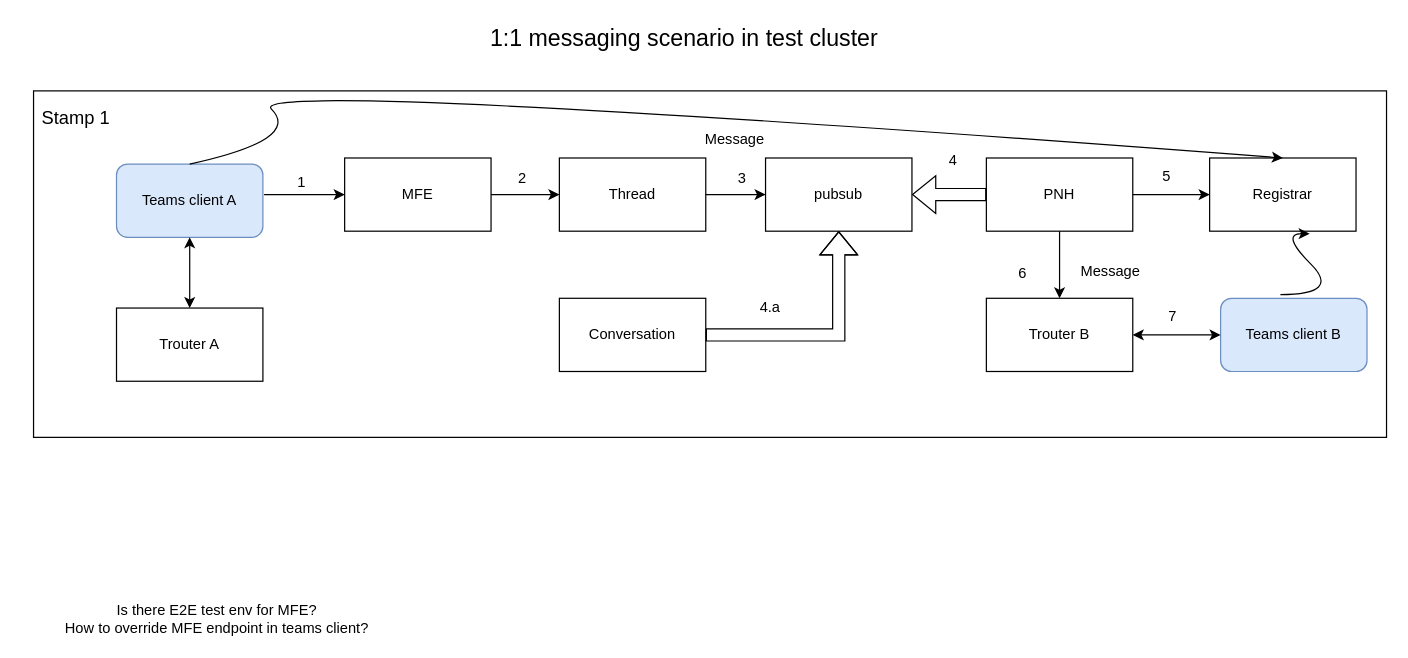
Earlier version of the draw.io diagram Stamp Diagram.drawio (nonly/timewheel). Source tidied: cells renumbered, new cells numbered last; positions are measured from the earlier drawing's top-left corner, leaving out a move shared by most shapes. Both pictures are drawn from the tidied source at 122%, with x=0, y=0 at pixel (21, 21).
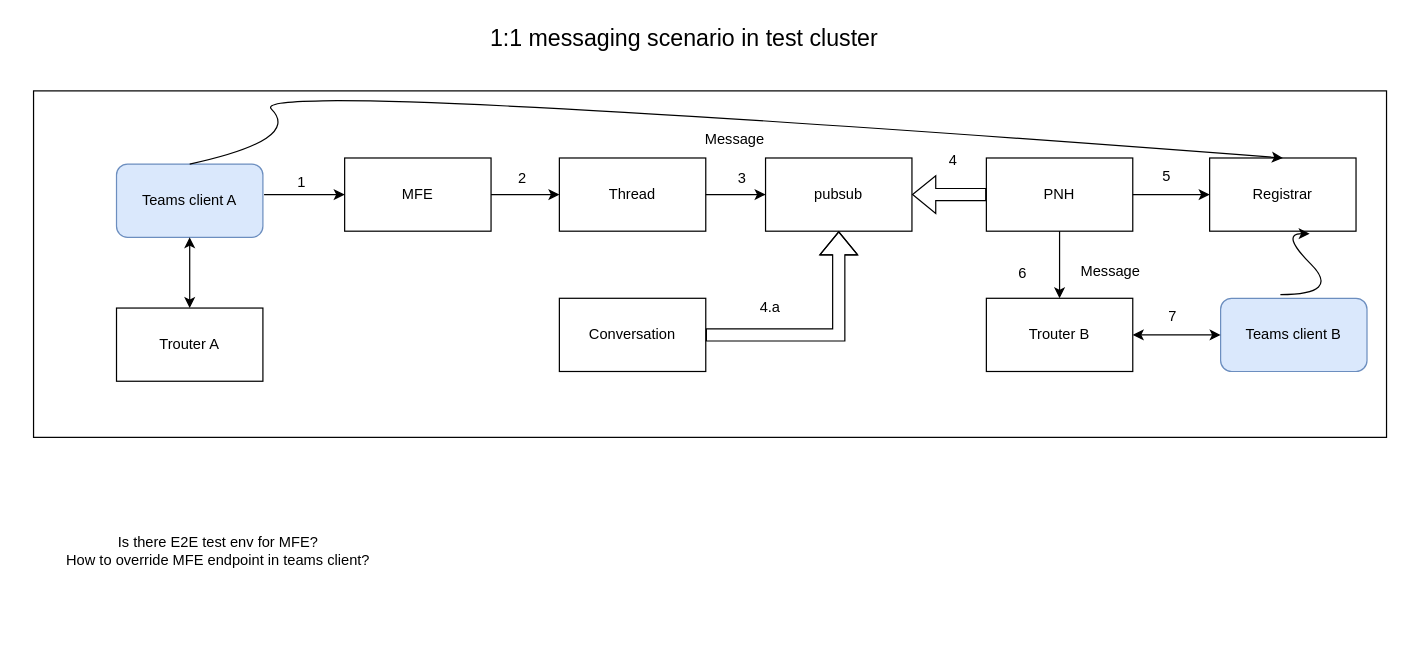
After the change.

The edit, as a diff of the source:
```diff
@@
     <mxCell id="24" value="Is there E2E test env for MFE?&lt;div&gt;How to override MFE endpoint in teams client?&lt;/div&gt;" style="text;html=1;align=center;verticalAlign=middle;whiteSpace=wrap;rounded=0;" parent="1" vertex="1">
-      <mxGeometry y="475" width="321" height="30" as="geometry" />
+      <mxGeometry x="1" y="419" width="321" height="30" as="geometry" />
     </mxCell>
@@
-    <mxCell id="35" value="&lt;font style=&quot;font-size: 15px;&quot;&gt;Stamp 1&lt;/font&gt;" style="text;html=1;align=center;verticalAlign=middle;whiteSpace=wrap;rounded=0;" parent="1" vertex="1">
-      <mxGeometry x="15" y="64" width="60" height="30" as="geometry" />
-    </mxCell>
```
